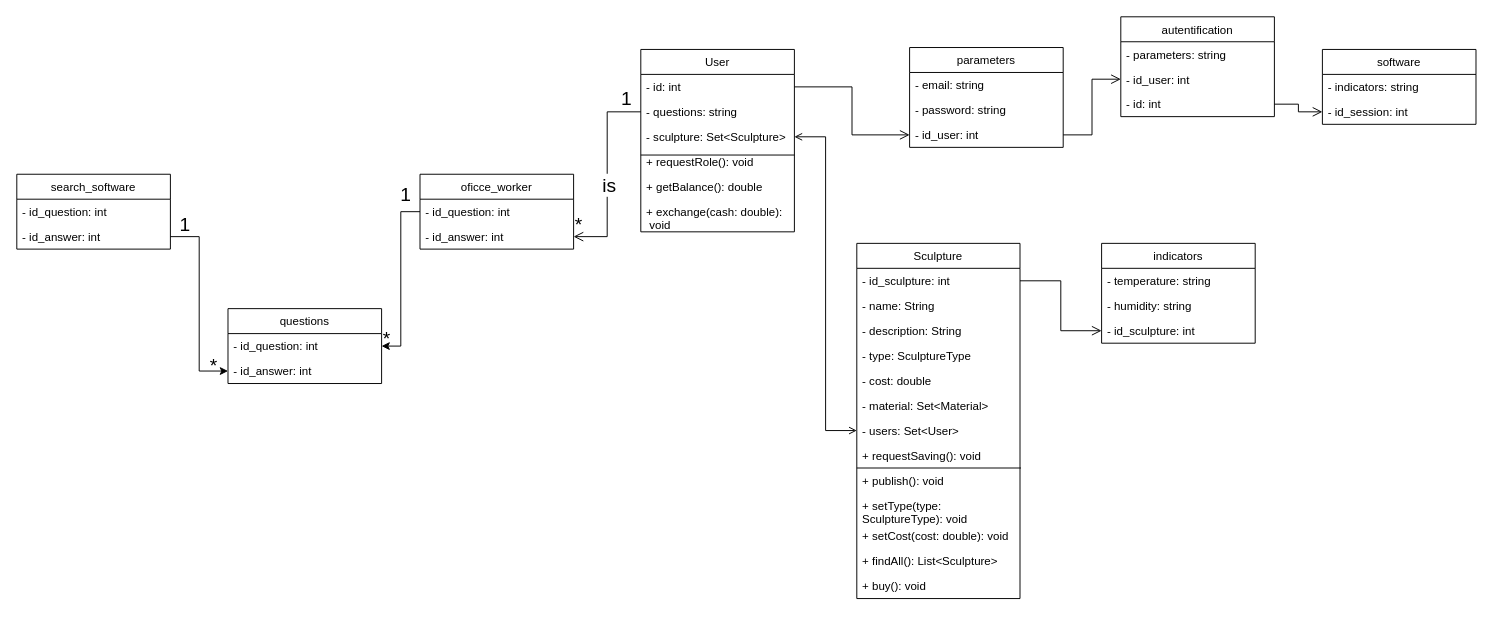
This is 2-SoftwareDesign/2.5-UMLProgramClasses/UML-ProgramClasses.drawio from oleksandrblazhko/ai201-kelembet, a draw.io file, before an edit. Source tidied: cells renumbered, new cells numbered last; positions are measured from the earlier drawing's top-left corner, leaving out a move shared by most shapes. Both pictures are drawn from the tidied source at 96%, with x=0, y=0 at pixel (16, 16).
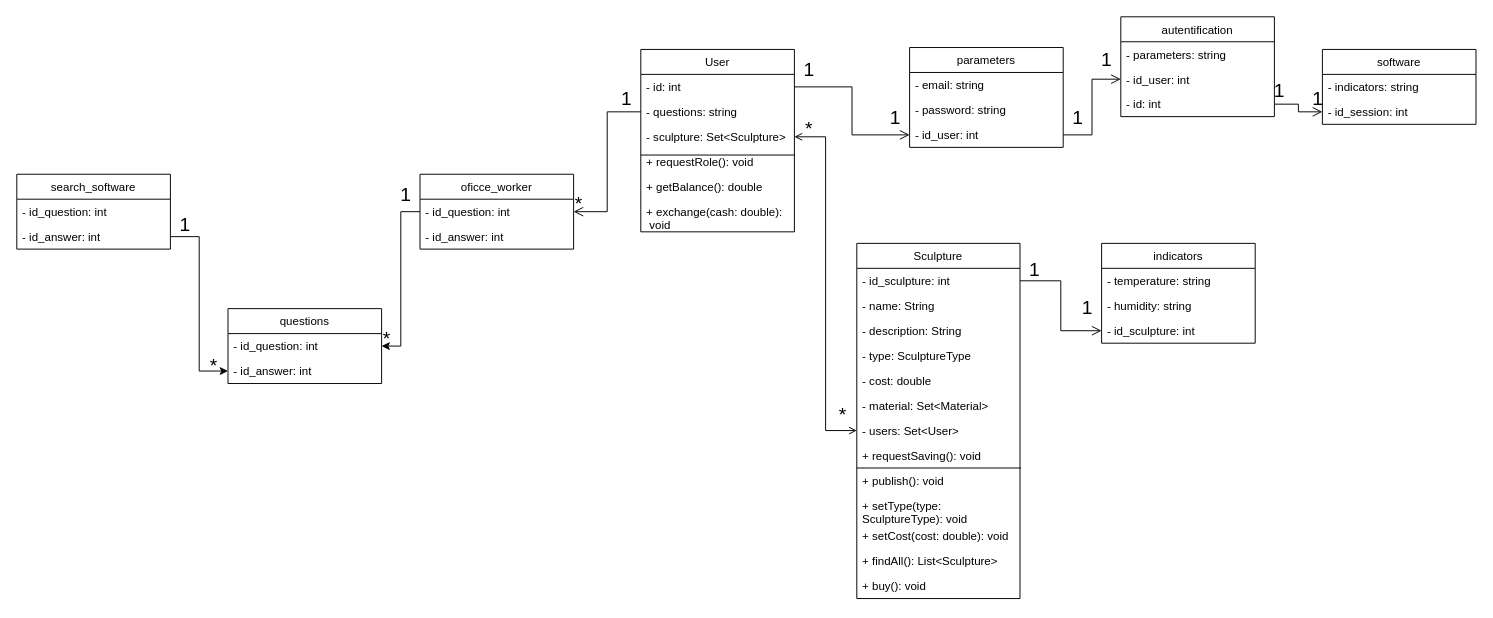
Above is the later version.

Unchanged cells that the change refers to:
```xml
<mxCell id="3" value="- id_question: int" style="text;strokeColor=none;fillColor=none;align=left;verticalAlign=top;spacingLeft=4;spacingRight=4;overflow=hidden;points=[[0,0.5],[1,0.5]];portConstraint=eastwest;" parent="2" vertex="1">
  <mxGeometry y="26" width="160" height="26" as="geometry" />
</mxCell>
<mxCell id="4" value="- id_answer: int" style="text;strokeColor=none;fillColor=none;align=left;verticalAlign=top;spacingLeft=4;spacingRight=4;overflow=hidden;points=[[0,0.5],[1,0.5]];portConstraint=eastwest;" parent="2" vertex="1">
  <mxGeometry y="52" width="160" height="26" as="geometry" />
</mxCell>
<mxCell id="7" value="- questions: string" style="text;strokeColor=none;fillColor=none;align=left;verticalAlign=top;spacingLeft=4;spacingRight=4;overflow=hidden;points=[[0,0.5],[1,0.5]];portConstraint=eastwest;" parent="5" vertex="1">
  <mxGeometry y="52" width="160" height="26" as="geometry" />
</mxCell>
```

Change to the diagram source:
```diff
@@
-    <mxCell id="28" style="edgeStyle=orthogonalEdgeStyle;rounded=0;jettySize=auto;html=1;exitX=0;exitY=0.5;exitDx=0;exitDy=0;entryX=1;entryY=0.5;entryDx=0;entryDy=0;fontSize=20;endArrow=open;endFill=0;endSize=8;" parent="1" edge="1" source="7" target="4">
-      <mxGeometry relative="1" as="geometry" />
-    </mxCell>
-    <mxCell id="29" value="is" style="edgeLabel;html=1;align=center;verticalAlign=middle;fontSize=20;" parent="28" vertex="1">
-      <mxGeometry x="0.1" y="1" relative="1" as="geometry" />
-    </mxCell>
@@
     <mxCell id="31" value="*" style="text;html=1;align=center;verticalAlign=middle;strokeColor=none;fillColor=none;fontSize=20;" parent="1" vertex="1">
-      <mxGeometry x="570" y="196" width="30" height="40" as="geometry" />
+      <mxGeometry x="570" y="174" width="30" height="40" as="geometry" />
     </mxCell>
@@
+    <mxCell id="64" value="*" style="text;html=1;align=center;verticalAlign=middle;strokeColor=none;fillColor=none;fontSize=20;" parent="1" vertex="1">
+      <mxGeometry x="810" y="96" width="30" height="40" as="geometry" />
+    </mxCell>
+    <mxCell id="65" value="*" style="text;html=1;align=center;verticalAlign=middle;strokeColor=none;fillColor=none;fontSize=20;" parent="1" vertex="1">
+      <mxGeometry x="845" y="394" width="30" height="40" as="geometry" />
+    </mxCell>
+    <mxCell id="66" value="1" style="text;html=1;align=center;verticalAlign=middle;strokeColor=none;fillColor=none;fontSize=20;" parent="1" vertex="1">
+      <mxGeometry x="1045" y="242" width="30" height="40" as="geometry" />
+    </mxCell>
+    <mxCell id="67" value="1" style="text;html=1;align=center;verticalAlign=middle;strokeColor=none;fillColor=none;fontSize=20;" parent="1" vertex="1">
+      <mxGeometry x="1100" y="282" width="30" height="40" as="geometry" />
+    </mxCell>
+    <mxCell id="68" value="1" style="text;html=1;align=center;verticalAlign=middle;strokeColor=none;fillColor=none;fontSize=20;" parent="1" vertex="1">
+      <mxGeometry x="810" y="34" width="30" height="40" as="geometry" />
+    </mxCell>
+    <mxCell id="69" value="1" style="text;html=1;align=center;verticalAlign=middle;strokeColor=none;fillColor=none;fontSize=20;" parent="1" vertex="1">
+      <mxGeometry x="900" y="84" width="30" height="40" as="geometry" />
+    </mxCell>
+    <mxCell id="70" value="1" style="text;html=1;align=center;verticalAlign=middle;strokeColor=none;fillColor=none;fontSize=20;" parent="1" vertex="1">
+      <mxGeometry x="1090" y="84" width="30" height="40" as="geometry" />
+    </mxCell>
+    <mxCell id="71" value="1" style="text;html=1;align=center;verticalAlign=middle;strokeColor=none;fillColor=none;fontSize=20;" parent="1" vertex="1">
+      <mxGeometry x="1120" y="24" width="30" height="40" as="geometry" />
+    </mxCell>
+    <mxCell id="72" value="1" style="text;html=1;align=center;verticalAlign=middle;strokeColor=none;fillColor=none;fontSize=20;" parent="1" vertex="1">
+      <mxGeometry x="1300" y="56" width="30" height="40" as="geometry" />
+    </mxCell>
+    <mxCell id="73" value="1" style="text;html=1;align=center;verticalAlign=middle;strokeColor=none;fillColor=none;fontSize=20;" parent="1" vertex="1">
+      <mxGeometry x="1340" y="64" width="30" height="40" as="geometry" />
+    </mxCell>
+    <mxCell id="74" style="edgeStyle=orthogonalEdgeStyle;rounded=0;jettySize=auto;html=1;startArrow=none;startFill=0;endArrow=open;endFill=0;endSize=8;entryX=1;entryY=0.5;entryDx=0;entryDy=0;" parent="1" edge="1" source="7" target="3">
+      <mxGeometry relative="1" as="geometry" />
+    </mxCell>
```
